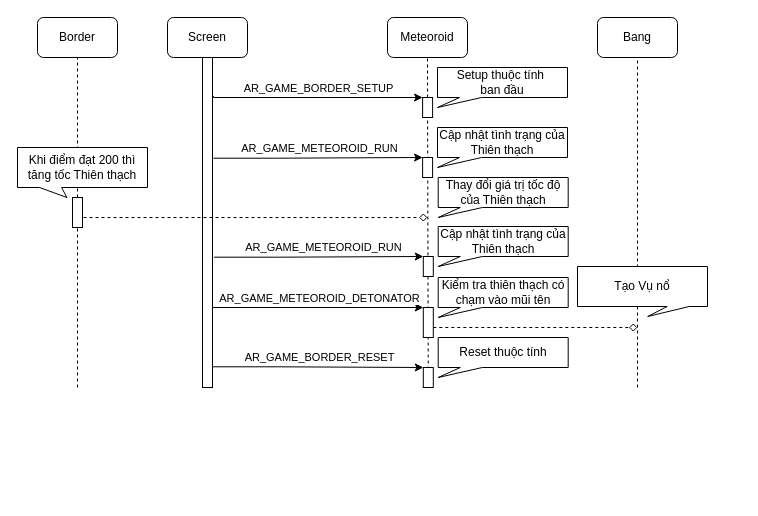
This is page "Page-2" (2 of 2) of meteoroid_sequence.drawio from QuocBuu/drawio, a draw.io file, before an edit. Source tidied: cells renumbered, new cells numbered last; positions are measured from the earlier drawing's top-left corner, leaving out a move shared by most shapes. Both pictures are drawn from the tidied source at 100%, with x=0, y=0 at pixel (17, 17).
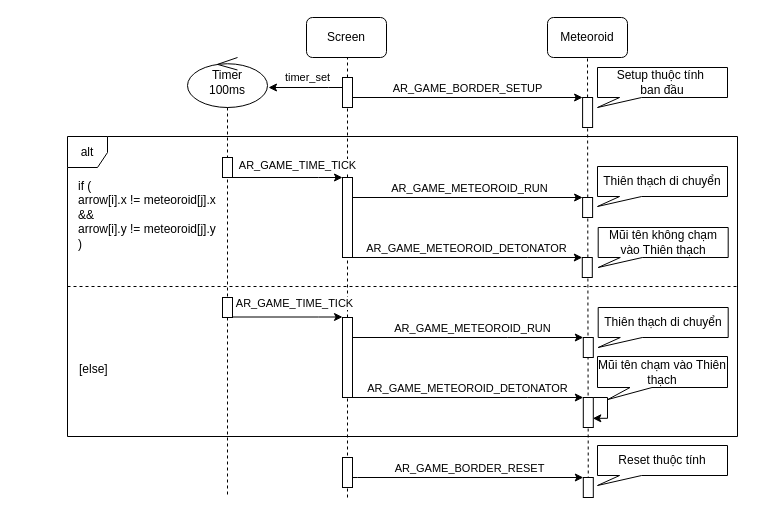
After the change.

Diff of the diagram source:
```diff
@@
     <mxCell id="2" value="Screen" style="rounded=1;whiteSpace=wrap;html=1;" parent="1" vertex="1">
-      <mxGeometry x="150" width="80" height="40" as="geometry" />
+      <mxGeometry x="289" width="80" height="40" as="geometry" />
     </mxCell>
     <mxCell id="3" value="Meteoroid" style="rounded=1;whiteSpace=wrap;html=1;" parent="1" vertex="1">
-      <mxGeometry x="370" width="80" height="40" as="geometry" />
+      <mxGeometry x="530" width="80" height="40" as="geometry" />
     </mxCell>
-    <mxCell id="4" style="endArrow=none;dashed=1;html=1;rounded=0;entryX=0.5;entryY=1;entryDx=0;entryDy=0;exitX=0.5;exitY=1;exitDx=0;exitDy=0;" parent="1" edge="1" source="23" target="2">
-      <mxGeometry relative="1" as="geometry" />
-    </mxCell>
@@
-    <mxCell id="6" style="edgeStyle=orthogonalEdgeStyle;rounded=0;jettySize=auto;html=1;entryX=0;entryY=0;entryDx=0;entryDy=0;exitX=1.076;exitY=0.101;exitDx=0;exitDy=0;exitPerimeter=0;" parent="1" edge="1" target="9">
+    <mxCell id="6" style="edgeStyle=orthogonalEdgeStyle;rounded=0;jettySize=auto;html=1;entryX=0;entryY=0;entryDx=0;entryDy=0;exitX=1;exitY=0.75;exitDx=0;exitDy=0;" parent="1" edge="1" source="46" target="9">
       <mxGeometry relative="1" as="geometry">
-        <mxPoint x="195.8" y="78.4" as="sourcePoint" />
         <Array as="points">
-          <mxPoint x="196" y="80" />
+          <mxPoint x="335" y="80" />
         </Array>
       </mxGeometry>
     </mxCell>
@@
     <mxCell id="9" style="rounded=0;whiteSpace=wrap;html=1;" parent="1" vertex="1">
-      <mxGeometry x="405.1" y="80" width="10" height="20" as="geometry" />
+      <mxGeometry x="565.1" y="80" width="10" height="30" as="geometry" />
     </mxCell>
-    <mxCell id="10" style="edgeStyle=orthogonalEdgeStyle;rounded=0;jettySize=auto;html=1;dashed=1;endArrow=diamond;endFill=0;" parent="1" edge="1" source="11">
-      <mxGeometry relative="1" as="geometry">
-        <mxPoint x="620" y="310" as="targetPoint" />
-        <Array as="points">
-          <mxPoint x="620" y="310" />
-        </Array>
-      </mxGeometry>
-    </mxCell>
+    <mxCell id="40" style="edgeStyle=orthogonalEdgeStyle;rounded=0;orthogonalLoop=1;jettySize=auto;html=1;entryX=0.95;entryY=0.694;entryDx=0;entryDy=0;entryPerimeter=0;" parent="1" edge="1" source="11" target="11">
+      <mxGeometry relative="1" as="geometry">
+        <Array as="points">
+          <mxPoint x="590" y="380" />
+          <mxPoint x="590" y="401" />
+        </Array>
+      </mxGeometry>
+    </mxCell>
     <mxCell id="11" style="rounded=0;whiteSpace=wrap;html=1;" parent="1" vertex="1">
-      <mxGeometry x="405.8" y="290" width="10" height="30" as="geometry" />
+      <mxGeometry x="565.8" y="380" width="10" height="30" as="geometry" />
     </mxCell>
-    <mxCell id="12" style="edgeStyle=orthogonalEdgeStyle;rounded=0;jettySize=auto;html=1;entryX=0;entryY=0;entryDx=0;entryDy=0;exitX=0.983;exitY=0.421;exitDx=0;exitDy=0;exitPerimeter=0;" parent="1" edge="1" target="11">
+    <mxCell id="12" style="edgeStyle=orthogonalEdgeStyle;rounded=0;jettySize=auto;html=1;entryX=0;entryY=0;entryDx=0;entryDy=0;exitX=0.75;exitY=1;exitDx=0;exitDy=0;" parent="1" edge="1" source="49" target="11">
       <mxGeometry relative="1" as="geometry">
-        <mxPoint x="195.5" y="290" as="sourcePoint" />
         <Array as="points">
-          <mxPoint x="340.7" y="290" />
-          <mxPoint x="340.7" y="290" />
+          <mxPoint x="510" y="380" />
+          <mxPoint x="510" y="380" />
         </Array>
       </mxGeometry>
     </mxCell>
@@
-    <mxCell id="14" style="edgeStyle=orthogonalEdgeStyle;rounded=0;jettySize=auto;html=1;entryX=0;entryY=0;entryDx=0;entryDy=0;exitX=0.933;exitY=0.577;exitDx=0;exitDy=0;exitPerimeter=0;" parent="1" edge="1" target="16">
+    <mxCell id="14" style="edgeStyle=orthogonalEdgeStyle;rounded=0;jettySize=auto;html=1;entryX=0;entryY=0;entryDx=0;entryDy=0;exitX=0.958;exitY=0.668;exitDx=0;exitDy=0;exitPerimeter=0;" parent="1" edge="1" source="50" target="16">
       <mxGeometry relative="1" as="geometry">
-        <mxPoint x="195" y="349.3" as="sourcePoint" />
         <Array as="points">
-          <mxPoint x="260.7" y="349" />
+          <mxPoint x="340" y="460" />
         </Array>
       </mxGeometry>
     </mxCell>
@@
     <mxCell id="16" style="rounded=0;whiteSpace=wrap;html=1;" parent="1" vertex="1">
-      <mxGeometry x="405.8" y="350" width="10" height="20" as="geometry" />
+      <mxGeometry x="565.8" y="460" width="10" height="20" as="geometry" />
     </mxCell>
     <mxCell id="17" value="Setup thuộc tính&amp;nbsp;&lt;br&gt;ban đầu" style="shape=callout;whiteSpace=wrap;html=1;perimeter=calloutPerimeter;position2=0;base=22;size=10;position=0.17;" parent="1" vertex="1">
-      <mxGeometry x="420" y="50" width="130" height="40" as="geometry" />
+      <mxGeometry x="580" y="50" width="130" height="40" as="geometry" />
     </mxCell>
-    <mxCell id="18" style="edgeStyle=orthogonalEdgeStyle;rounded=0;jettySize=auto;html=1;entryX=0;entryY=0;entryDx=0;entryDy=0;exitX=1.076;exitY=0.265;exitDx=0;exitDy=0;exitPerimeter=0;" parent="1" edge="1" target="20">
+    <mxCell id="18" style="edgeStyle=orthogonalEdgeStyle;rounded=0;jettySize=auto;html=1;entryX=0;entryY=0;entryDx=0;entryDy=0;exitX=1;exitY=0.25;exitDx=0;exitDy=0;" parent="1" edge="1" source="48" target="20">
       <mxGeometry relative="1" as="geometry">
-        <mxPoint x="195.8" y="140.7" as="sourcePoint" />
         <Array as="points">
-          <mxPoint x="260" y="141" />
+          <mxPoint x="335" y="180" />
+          <mxPoint x="335" y="180" />
         </Array>
       </mxGeometry>
     </mxCell>
@@
     <mxCell id="20" style="rounded=0;whiteSpace=wrap;html=1;" parent="1" vertex="1">
-      <mxGeometry x="405.1" y="140" width="10" height="20" as="geometry" />
+      <mxGeometry x="565.1" y="180" width="10" height="20" as="geometry" />
     </mxCell>
-    <mxCell id="21" value="Cập nhật tình trạng của Thiên thạch" style="shape=callout;whiteSpace=wrap;html=1;perimeter=calloutPerimeter;position2=0;base=22;size=10;position=0.17;" parent="1" vertex="1">
-      <mxGeometry x="420" y="110" width="130" height="40" as="geometry" />
-    </mxCell>
     <mxCell id="22" style="edgeStyle=orthogonalEdgeStyle;rounded=0;orthogonalLoop=1;jettySize=auto;html=1;exitX=0.5;exitY=1;exitDx=0;exitDy=0;" parent="1" edge="1">
       <mxGeometry relative="1" as="geometry">
-        <mxPoint x="554.2" y="139" as="sourcePoint" />
-        <mxPoint x="554.2" y="139" as="targetPoint" />
+        <mxPoint x="714.2" y="179" as="sourcePoint" />
+        <mxPoint x="714.2" y="179" as="targetPoint" />
       </mxGeometry>
     </mxCell>
-    <mxCell id="23" style="rounded=0;whiteSpace=wrap;html=1;" parent="1" vertex="1">
-      <mxGeometry x="185" y="40" width="10" height="330" as="geometry" />
-    </mxCell>
-    <mxCell id="24" value="Kiểm tra thiên thạch có chạm vào mũi tên" style="shape=callout;whiteSpace=wrap;html=1;perimeter=calloutPerimeter;position2=0;base=22;size=10;position=0.17;" parent="1" vertex="1">
-      <mxGeometry x="420.7" y="260" width="130" height="40" as="geometry" />
+    <mxCell id="24" value="Thiên thạch di chuyển" style="shape=callout;whiteSpace=wrap;html=1;perimeter=calloutPerimeter;position2=0;base=22;size=10;position=0.17;" parent="1" vertex="1">
+      <mxGeometry x="580.7" y="290" width="130" height="40" as="geometry" />
     </mxCell>
     <mxCell id="25" value="Reset thuộc tính" style="shape=callout;whiteSpace=wrap;html=1;perimeter=calloutPerimeter;position2=0;base=22;size=10;position=0.17;" parent="1" vertex="1">
-      <mxGeometry x="420.7" y="320" width="130" height="40" as="geometry" />
+      <mxGeometry x="580" y="428" width="130" height="40" as="geometry" />
     </mxCell>
-    <mxCell id="26" value="Border" style="rounded=1;whiteSpace=wrap;html=1;" parent="1" vertex="1">
-      <mxGeometry x="20" width="80" height="40" as="geometry" />
-    </mxCell>
-    <mxCell id="27" style="endArrow=none;dashed=1;html=1;rounded=0;entryX=0.5;entryY=1;entryDx=0;entryDy=0;" parent="1" edge="1" source="35" target="26">
-      <mxGeometry relative="1" as="geometry" />
-    </mxCell>
-    <mxCell id="28" style="edgeStyle=orthogonalEdgeStyle;rounded=0;jettySize=auto;html=1;entryX=0;entryY=0;entryDx=0;entryDy=0;exitX=1.076;exitY=0.265;exitDx=0;exitDy=0;exitPerimeter=0;" parent="1" edge="1" target="30">
+    <mxCell id="28" style="edgeStyle=orthogonalEdgeStyle;rounded=0;jettySize=auto;html=1;entryX=0;entryY=0;entryDx=0;entryDy=0;exitX=1;exitY=0.25;exitDx=0;exitDy=0;" parent="1" edge="1" source="49" target="30">
       <mxGeometry relative="1" as="geometry">
-        <mxPoint x="196.4" y="239.7" as="sourcePoint" />
         <Array as="points">
-          <mxPoint x="260.7" y="240" />
+          <mxPoint x="490" y="320" />
+          <mxPoint x="490" y="320" />
         </Array>
       </mxGeometry>
     </mxCell>
@@
     <mxCell id="30" style="rounded=0;whiteSpace=wrap;html=1;" parent="1" vertex="1">
-      <mxGeometry x="405.8" y="239" width="10" height="20" as="geometry" />
+      <mxGeometry x="565.8" y="320" width="10" height="20" as="geometry" />
     </mxCell>
+    <mxCell id="33" value="Mũi tên không chạm vào Thiên thạch" style="shape=callout;whiteSpace=wrap;html=1;perimeter=calloutPerimeter;position2=0;base=22;size=10;position=0.17;" parent="1" vertex="1">
+      <mxGeometry x="580.7" y="210" width="130" height="40" as="geometry" />
+    </mxCell>
+    <mxCell id="41" style="endArrow=none;dashed=1;html=1;rounded=0;entryX=0.5;entryY=1;entryDx=0;entryDy=0;" parent="1" edge="1" source="46">
+      <mxGeometry relative="1" as="geometry">
+        <mxPoint x="330" y="40" as="targetPoint" />
+      </mxGeometry>
+    </mxCell>
+    <mxCell id="42" style="endArrow=none;dashed=1;html=1;rounded=0;entryX=0.5;entryY=1;entryDx=0;entryDy=0;" parent="1" edge="1" source="48" target="46">
+      <mxGeometry relative="1" as="geometry" />
+    </mxCell>
+    <mxCell id="43" style="edgeStyle=orthogonalEdgeStyle;rounded=0;jettySize=auto;html=1;" parent="1" edge="1" source="46">
+      <mxGeometry relative="1" as="geometry">
+        <mxPoint x="251" y="70" as="targetPoint" />
+        <Array as="points">
+          <mxPoint x="311" y="70" />
+          <mxPoint x="311" y="70" />
+        </Array>
+      </mxGeometry>
+    </mxCell>
+    <mxCell id="44" value="&lt;div style=&quot;color: rgb(212, 212, 212); background-color: rgb(30, 30, 30); font-family: Consolas, &amp;quot;Courier New&amp;quot;, monospace; font-size: 14px; line-height: 19px;&quot;&gt;&lt;br&gt;&lt;/div&gt;" style="edgeLabel;html=1;align=center;verticalAlign=middle;" parent="43" vertex="1">
+      <mxGeometry x="0.18" relative="1" as="geometry" />
+    </mxCell>
+    <mxCell id="45" value="timer_set" style="edgeLabel;html=1;align=center;verticalAlign=middle;" parent="43" vertex="1">
+      <mxGeometry x="0.3" y="-1" relative="1" as="geometry">
+        <mxPoint x="12" y="-10" as="offset" />
+      </mxGeometry>
+    </mxCell>
+    <mxCell id="46" style="rounded=0;whiteSpace=wrap;html=1;" parent="1" vertex="1">
+      <mxGeometry x="325" y="60" width="10" height="30" as="geometry" />
+    </mxCell>
+    <mxCell id="47" style="endArrow=none;dashed=1;html=1;rounded=0;entryX=0.5;entryY=1;entryDx=0;entryDy=0;" parent="1" edge="1" target="48">
+      <mxGeometry relative="1" as="geometry">
+        <mxPoint x="330" y="480" as="sourcePoint" />
+      </mxGeometry>
+    </mxCell>
+    <mxCell id="48" style="rounded=0;whiteSpace=wrap;html=1;" parent="1" vertex="1">
+      <mxGeometry x="325" y="160" width="10" height="80" as="geometry" />
+    </mxCell>
+    <mxCell id="49" style="rounded=0;whiteSpace=wrap;html=1;" parent="1" vertex="1">
+      <mxGeometry x="325" y="300" width="10" height="80" as="geometry" />
+    </mxCell>
+    <mxCell id="50" style="rounded=0;whiteSpace=wrap;html=1;" parent="1" vertex="1">
+      <mxGeometry x="325" y="440" width="10" height="30" as="geometry" />
+    </mxCell>
+    <mxCell id="51" value="Timer&lt;br&gt;100ms" style="shape=umlLifeline;perimeter=lifelinePerimeter;whiteSpace=wrap;html=1;newEdgeStyle={&quot;curved&quot;:0,&quot;rounded&quot;:0};participant=umlControl;verticalAlign=middle;size=50;" parent="1" vertex="1">
+      <mxGeometry x="170" y="40" width="80" height="440" as="geometry" />
+    </mxCell>
+    <mxCell id="52" style="edgeStyle=orthogonalEdgeStyle;rounded=0;jettySize=auto;html=1;" parent="1" edge="1" source="54" target="48">
+      <mxGeometry relative="1" as="geometry">
+        <Array as="points">
+          <mxPoint x="301" y="160" />
+          <mxPoint x="301" y="160" />
+        </Array>
+      </mxGeometry>
+    </mxCell>
+    <mxCell id="53" value="AR_GAME_TIME_TICK" style="edgeLabel;html=1;align=center;verticalAlign=middle;" parent="52" vertex="1">
+      <mxGeometry x="-0.11" y="1" relative="1" as="geometry">
+        <mxPoint x="15" y="-12" as="offset" />
+      </mxGeometry>
+    </mxCell>
+    <mxCell id="54" style="rounded=0;whiteSpace=wrap;html=1;" parent="1" vertex="1">
+      <mxGeometry x="205" y="140" width="10" height="20" as="geometry" />
+    </mxCell>
+    <mxCell id="55" style="rounded=0;whiteSpace=wrap;html=1;" parent="1" vertex="1">
+      <mxGeometry x="205" y="280" width="10" height="20" as="geometry" />
+    </mxCell>
+    <mxCell id="56" style="edgeStyle=orthogonalEdgeStyle;rounded=0;orthogonalLoop=1;jettySize=auto;html=1;" parent="1" edge="1">
+      <mxGeometry relative="1" as="geometry">
+        <mxPoint x="215" y="299.5" as="sourcePoint" />
+        <mxPoint x="325" y="299.5" as="targetPoint" />
+        <Array as="points">
+          <mxPoint x="301" y="299.5" />
+          <mxPoint x="301" y="299.5" />
+        </Array>
+      </mxGeometry>
+    </mxCell>
+    <mxCell id="57" value="AR_GAME_TIME_TICK" style="edgeLabel;html=1;align=center;verticalAlign=middle;" parent="56" vertex="1">
+      <mxGeometry x="-0.16" y="2" relative="1" as="geometry">
+        <mxPoint x="15" y="-12" as="offset" />
+      </mxGeometry>
+    </mxCell>
+    <mxCell id="58" style="rounded=0;whiteSpace=wrap;html=1;" parent="1" vertex="1">
+      <mxGeometry x="564.8" y="240" width="10" height="20" as="geometry" />
+    </mxCell>
+    <mxCell id="59" style="edgeStyle=orthogonalEdgeStyle;rounded=0;jettySize=auto;html=1;entryX=0;entryY=0;entryDx=0;entryDy=0;exitX=0.5;exitY=1;exitDx=0;exitDy=0;" parent="1" edge="1" source="48" target="58">
+      <mxGeometry relative="1" as="geometry">
+        <Array as="points">
+          <mxPoint x="510" y="240" />
+          <mxPoint x="510" y="240" />
+        </Array>
+      </mxGeometry>
+    </mxCell>
+    <mxCell id="60" value="AR_GAME_METEOROID_DETONATOR" style="edgeLabel;html=1;align=center;verticalAlign=middle;" parent="59" vertex="1">
+      <mxGeometry x="-0.03" y="-2" relative="1" as="geometry">
+        <mxPoint x="4" y="-12" as="offset" />
+      </mxGeometry>
+    </mxCell>
+    <mxCell id="61" value="alt" style="shape=umlFrame;whiteSpace=wrap;html=1;width=40;height=31;" parent="1" vertex="1">
+      <mxGeometry x="50" y="119" width="670" height="300" as="geometry" />
+    </mxCell>
+    <mxCell id="62" value="if (&lt;br&gt;arrow[i].x != meteoroid[j].x&lt;br&gt;&amp;amp;&amp;amp;&amp;nbsp;&lt;br&gt;arrow[i].y != meteoroid[j].y&lt;br&gt;)" style="text;html=1;" parent="61" vertex="1">
+      <mxGeometry width="140" height="90" relative="1" as="geometry">
+        <mxPoint x="9" y="36" as="offset" />
+      </mxGeometry>
+    </mxCell>
+    <mxCell id="63" style="line;strokeWidth=1;dashed=1;labelPosition=center;verticalLabelPosition=bottom;align=left;verticalAlign=top;spacingLeft=20;spacingTop=15;html=1;whiteSpace=wrap;" parent="61" vertex="1">
+      <mxGeometry y="145" width="670" height="10" as="geometry" />
+    </mxCell>
+    <mxCell id="64" value="[else]" style="text;html=1;" parent="61" vertex="1">
+      <mxGeometry x="10" y="219" width="100" height="20" as="geometry" />
+    </mxCell>
+    <mxCell id="21" value="Thiên thạch di chuyển" style="shape=callout;whiteSpace=wrap;html=1;perimeter=calloutPerimeter;position2=0;base=22;size=10;position=0.17;" parent="61" vertex="1">
+      <mxGeometry x="530" y="30" width="130" height="40" as="geometry" />
+    </mxCell>
-    <mxCell id="31" value="Cập nhật tình trạng của Thiên thạch" style="shape=callout;whiteSpace=wrap;html=1;perimeter=calloutPerimeter;position2=0;base=22;size=10;position=0.17;" parent="1" vertex="1">
-      <mxGeometry x="420.7" y="209" width="130" height="40" as="geometry" />
+    <mxCell id="31" value="Mũi tên chạm vào Thiên thạch" style="shape=callout;whiteSpace=wrap;html=1;perimeter=calloutPerimeter;position2=0.08;base=22;size=12;position=0.25;" parent="61" vertex="1">
+      <mxGeometry x="530" y="220" width="130" height="43" as="geometry" />
     </mxCell>
-    <mxCell id="32" style="edgeStyle=orthogonalEdgeStyle;rounded=0;orthogonalLoop=1;jettySize=auto;html=1;dashed=1;endArrow=diamond;endFill=0;" parent="1" edge="1">
-      <mxGeometry relative="1" as="geometry">
-        <mxPoint x="60" y="200" as="sourcePoint" />
-        <mxPoint x="410" y="200" as="targetPoint" />
-        <Array as="points">
-          <mxPoint x="60" y="200" />
-        </Array>
-      </mxGeometry>
-    </mxCell>
-    <mxCell id="33" value="Thay đổi giá trị tốc độ của Thiên thạch" style="shape=callout;whiteSpace=wrap;html=1;perimeter=calloutPerimeter;position2=0;base=22;size=10;position=0.17;" parent="1" vertex="1">
-      <mxGeometry x="420.7" y="160" width="130" height="40" as="geometry" />
-    </mxCell>
-    <mxCell id="34" style="endArrow=none;dashed=1;html=1;rounded=0;entryX=0.5;entryY=1;entryDx=0;entryDy=0;" parent="1" edge="1" target="35">
-      <mxGeometry relative="1" as="geometry">
-        <mxPoint x="60" y="370" as="sourcePoint" />
-      </mxGeometry>
-    </mxCell>
-    <mxCell id="35" style="rounded=0;whiteSpace=wrap;html=1;" parent="1" vertex="1">
-      <mxGeometry x="55" y="180" width="10" height="30" as="geometry" />
-    </mxCell>
-    <mxCell id="36" value="Khi điểm đạt 200 thì tăng tốc Thiên thạch" style="shape=callout;whiteSpace=wrap;html=1;perimeter=calloutPerimeter;position2=0.38;base=22;size=10;position=0.17;" parent="1" vertex="1">
-      <mxGeometry y="130" width="130" height="50" as="geometry" />
-    </mxCell>
-    <mxCell id="37" value="Bang" style="rounded=1;whiteSpace=wrap;html=1;" parent="1" vertex="1">
-      <mxGeometry x="580" width="80" height="40" as="geometry" />
-    </mxCell>
-    <mxCell id="38" style="endArrow=none;dashed=1;html=1;rounded=0;entryX=0.5;entryY=1;entryDx=0;entryDy=0;" parent="1" edge="1" target="37">
-      <mxGeometry relative="1" as="geometry">
-        <mxPoint x="620" y="370" as="sourcePoint" />
-      </mxGeometry>
-    </mxCell>
-    <mxCell id="39" value="Tạo Vụ nổ" style="shape=callout;whiteSpace=wrap;html=1;perimeter=calloutPerimeter;position2=0.54;base=22;size=10;position=0.69;" parent="1" vertex="1">
-      <mxGeometry x="560" y="249" width="130" height="50" as="geometry" />
-    </mxCell>
```
